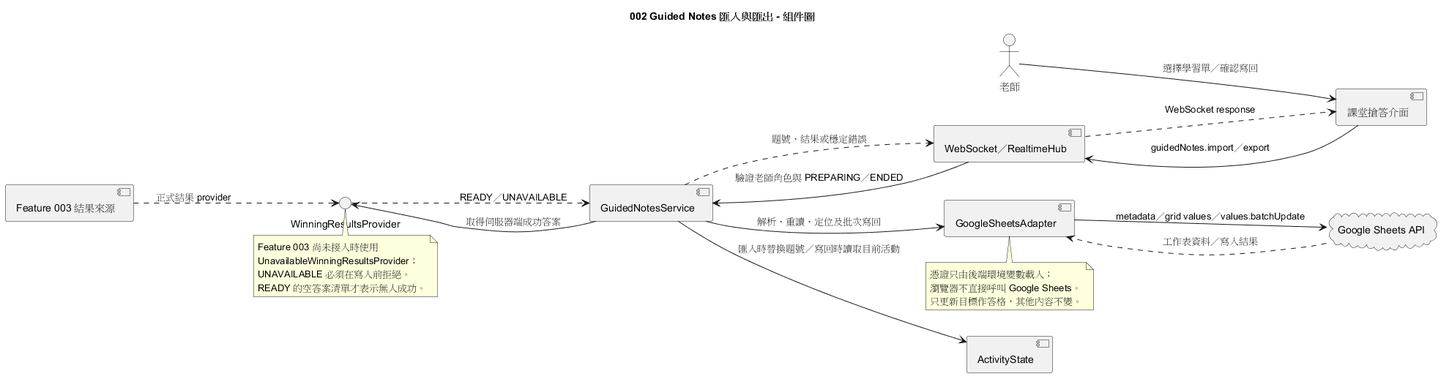
The PlantUML diagram diagrams/002-guided-notes-component.png in ncuyvonne/speckit-buzzer, before a commit.
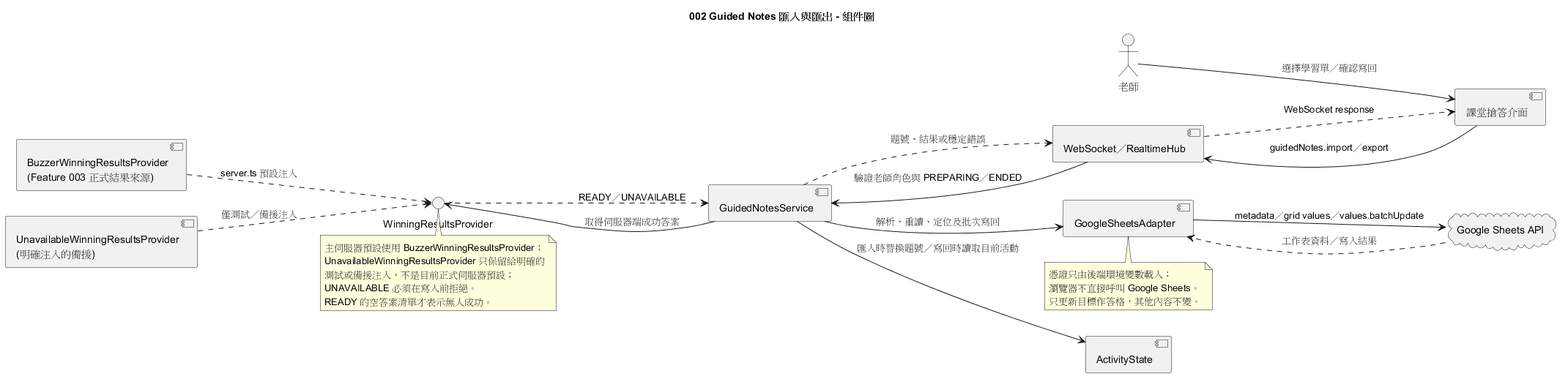
Above is the later version.

What changed in the source:
```diff
@@ -10,14 +10,16 @@
 interface "WinningResultsProvider" as Results
 component "GoogleSheetsAdapter" as Adapter
 cloud "Google Sheets API" as Sheet
-component "Feature 003 結果來源" as Feature003
+component "BuzzerWinningResultsProvider\n(Feature 003 正式結果來源)" as Feature003
+component "UnavailableWinningResultsProvider\n(明確注入的備援)" as Fallback
 
 Teacher --> UI : 選擇學習單／確認寫回
 UI --> Hub : guidedNotes.import／export
 Hub --> Flow : 驗證老師角色與 PREPARING／ENDED
 Flow --> Activity : 匯入時替換題號／寫回時讀取目前活動
 Flow --> Results : 取得伺服器端成功答案
-Feature003 ..> Results : 正式結果 provider
+Feature003 ..> Results : server.ts 預設注入
+Fallback ..> Results : 僅測試／備援注入
 Results ..> Flow : READY／UNAVAILABLE
 Flow --> Adapter : 解析、重讀、定位及批次寫回
 Adapter --> Sheet : metadata／grid values／values.batchUpdate
@@ -26,8 +28,9 @@
 Hub ..> UI : WebSocket response
 
 note bottom of Results
-Feature 003 尚未接入時使用
-UnavailableWinningResultsProvider；
+主伺服器預設使用 BuzzerWinningResultsProvider；
+UnavailableWinningResultsProvider 只保留給明確的
+測試或備援注入，不是目前正式伺服器預設；
 UNAVAILABLE 必須在寫入前拒絕。
 READY 的空答案清單才表示無人成功。
 end note
```
